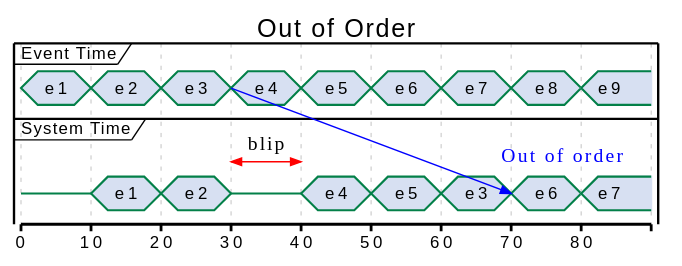
Before: images/time2.svg, a diagram exported from PlantUML (open-data-fabric/open-data-fabric). Its diagram source:
```plantuml
@startuml time2
title Out of Order
concise "Event Time" as Client
concise "System Time" as Server


@Client
0 is e1
+10 is e2
+10 is e3
+10 is e4
Client -> Server@+40 : Out of order\n
+10 is e5
+10 is e6
+10 is e7
+10 is e8
+10 is e9


@Server
0 is {-}
+10 is e1
+10 is e2
+10 is {-}
+10 is e4
+10 is e5
+10 is e3
+10 is e6
+10 is e7
@30 <-> @40 : blip

@enduml
```
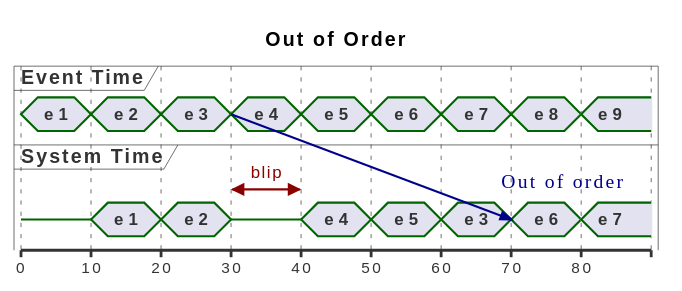
Above is the later version.

Diff of the diagram source:
```diff
@@ -1,4 +1,4 @@
-@startuml time2
+@startuml
 title Out of Order
 concise "Event Time" as Client
 concise "System Time" as Server
@@ -28,5 +28,4 @@
 +10 is e6
 +10 is e7
 @30 <-> @40 : blip
-
 @enduml
```
